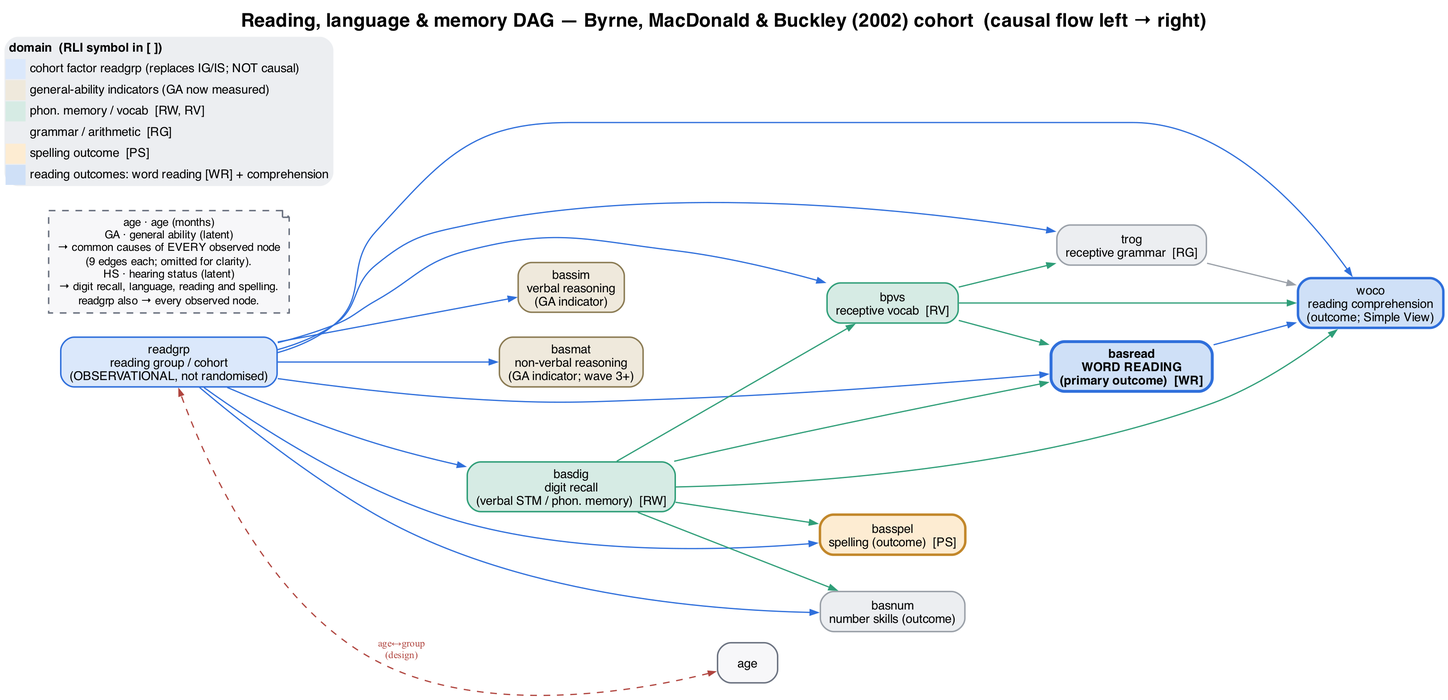
Above: dag/dag-reading-language-memory.png in dseinternational/language-reading-predictors (Graphviz), before the change. Its source is kept beside it as dag/dag-reading-language-memory.dot.
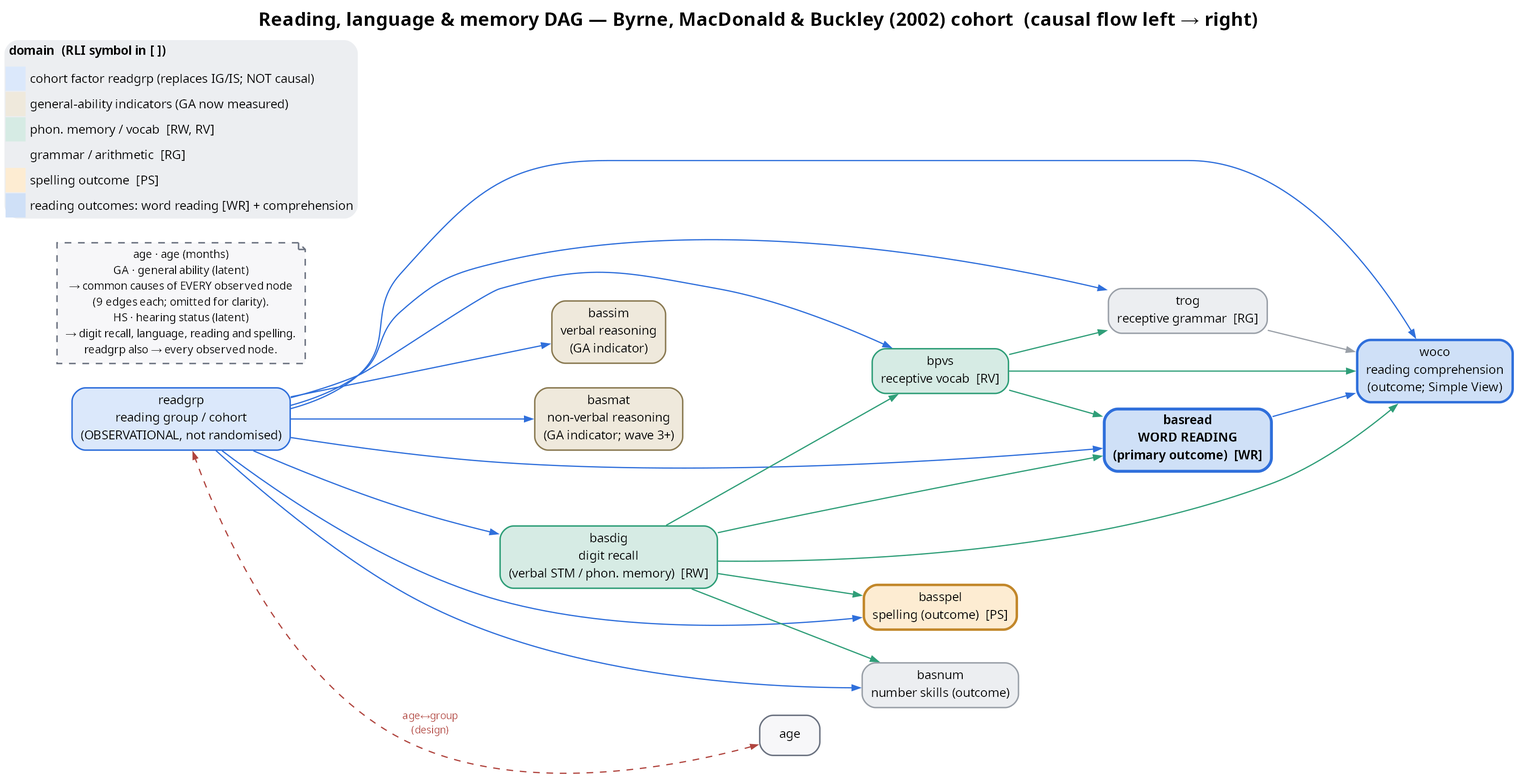
The same diagram one commit later.

The edit, as a diff of the source:
```diff
@@ -2,16 +2,16 @@
   rankdir=LR;
   bgcolor="white";
   labelloc="t";
-  fontname="Helvetica-Bold";
+  fontname="Noto Sans,sans-serif";
   fontsize=17;
-  label="Reading, language & memory DAG — Byrne, MacDonald & Buckley (2002) cohort  (causal flow left → right)";
+  label=<<B>Reading, language &amp; memory DAG — Byrne, MacDonald &amp; Buckley (2002) cohort  (causal flow left → right)</B>>;
   nodesep=0.30;
   ranksep=1.05;
   concentrate=false;
   splines=true;
-  node [shape=box, style="rounded,filled", fontname="Helvetica", fontsize=11,
+  node [shape=box, style="rounded,filled", fontname="Noto Sans,sans-serif", fontsize=11,
         margin="0.11,0.06", penwidth=1.3, color="#9aa0a8", fillcolor="#eceef1"];
-  edge [penwidth=1.1, arrowsize=0.7];
+  edge [penwidth=1.1, arrowsize=0.7, fontname="Noto Sans,sans-serif"];
 
   readgrp [label="readgrp\nreading group / cohort\n(OBSERVATIONAL, not randomised)",
            fillcolor="#dbe8fb", color="#2f6fdb"];
@@ -23,7 +23,7 @@
   bpvs   [label="bpvs\nreceptive vocab  [RV]", fillcolor="#d6ebe4", color="#2f9e78"];
   trog   [label="trog\nreceptive grammar  [RG]", fillcolor="#eceef1", color="#9aa0a8"];
 
-  basread [label="basread\nWORD READING\n(primary outcome)  [WR]", fillcolor="#cfe0f7", color="#2f6fdb", penwidth=2.6, fontname="Helvetica-Bold"];
+  basread [label=<<TABLE BORDER="0" CELLSPACING="0" CELLPADDING="0"><TR><TD><B>basread</B></TD></TR><TR><TD><B>WORD READING</B></TD></TR><TR><TD><B>(primary outcome)  [WR]</B></TD></TR></TABLE>>, fillcolor="#cfe0f7", color="#2f6fdb", penwidth=2.6];
   basspel [label="basspel\nspelling (outcome)  [PS]", fillcolor="#fdecd2", color="#c2872a", penwidth=2.2];
   basnum  [label="basnum\nnumber skills (outcome)", fillcolor="#eceef1", color="#9aa0a8"];
   woco    [label="woco\nreading comprehension\n(outcome; Simple View)", fillcolor="#cfe0f7", color="#2f6fdb", penwidth=2.2];
```
